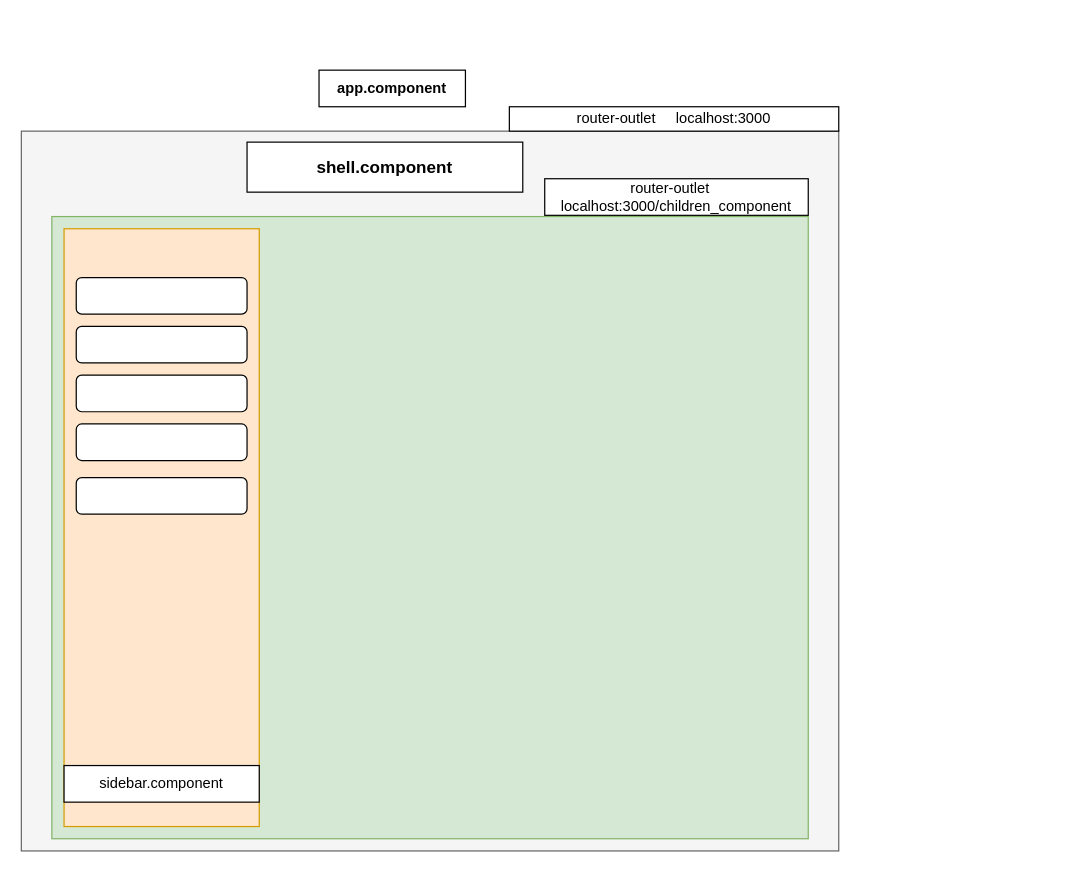
The draw.io diagram page "Page-3" (3 of 3) of yellowsign/yellow_sign.drawio in Binayak3666/My_Application_Drawing_Architect, before the edit. Source tidied: cells renumbered, new cells numbered last; positions are measured from the earlier drawing's top-left corner, leaving out a move shared by most shapes. Both pictures are drawn from the tidied source at 122%, with x=0, y=0 at pixel (21, 70).
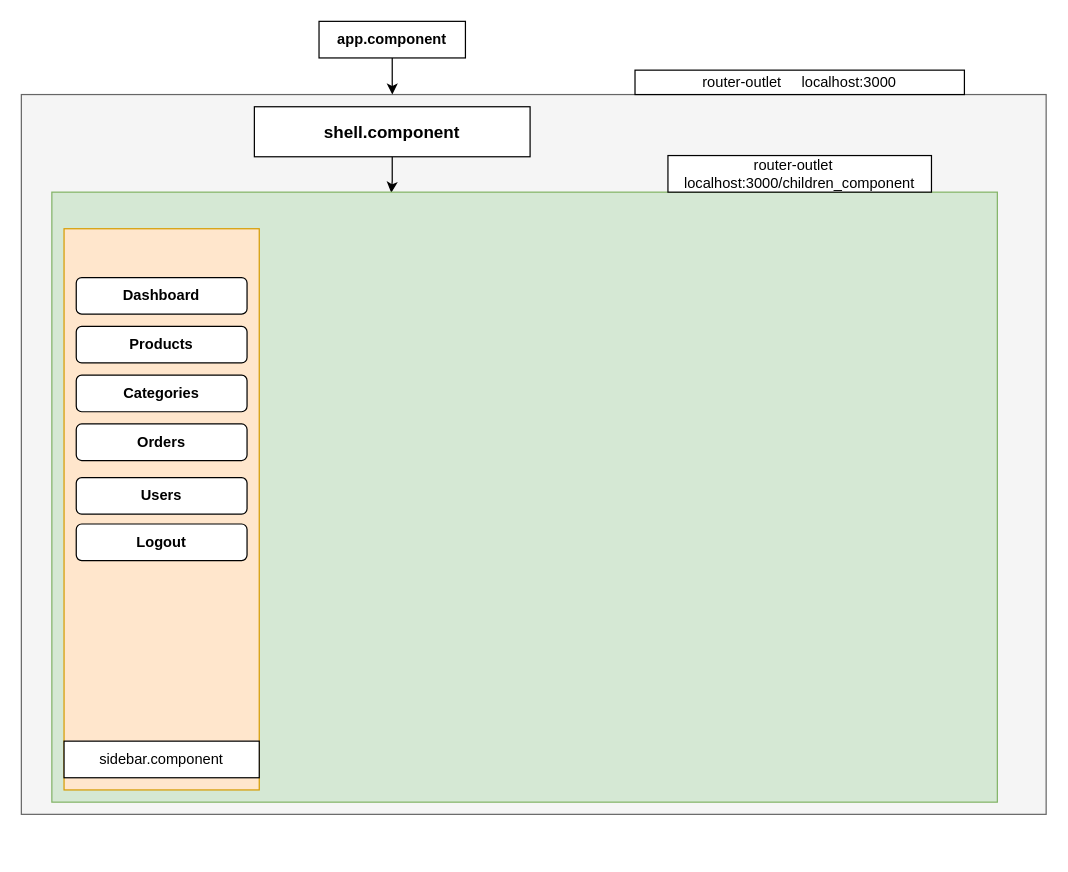
The same diagram, later.

Diff of the diagram source:
```diff
@@
 <mxGraphModel>
   <root>
     <mxCell id="0" />
     <mxCell id="1" parent="0" />
     <mxCell id="2" style="rounded=0;whiteSpace=wrap;html=1;fillColor=#f5f5f5;fontColor=#333333;strokeColor=#666666;" parent="1" vertex="1">
-      <mxGeometry y="50" width="670" height="590" as="geometry" />
+      <mxGeometry y="20" width="840" height="590" as="geometry" />
     </mxCell>
+    <mxCell id="15" style="edgeStyle=orthogonalEdgeStyle;rounded=0;jettySize=auto;html=1;entryX=0.362;entryY=0;entryDx=0;entryDy=0;entryPerimeter=0;fontSize=14;" parent="1" edge="1" source="3" target="2">
+      <mxGeometry relative="1" as="geometry" />
+    </mxCell>
     <mxCell id="3" value="&lt;b&gt;app.component&lt;/b&gt;" style="rounded=0;whiteSpace=wrap;html=1;" parent="1" vertex="1">
-      <mxGeometry x="244" width="120" height="30" as="geometry" />
+      <mxGeometry x="244" y="-40" width="120" height="30" as="geometry" />
     </mxCell>
+    <mxCell id="16" style="edgeStyle=orthogonalEdgeStyle;rounded=0;jettySize=auto;html=1;entryX=0.359;entryY=0.001;entryDx=0;entryDy=0;entryPerimeter=0;fontSize=14;" parent="1" edge="1" source="4" target="5">
+      <mxGeometry relative="1" as="geometry" />
+    </mxCell>
     <mxCell id="4" value="&lt;b&gt;&lt;font style=&quot;font-size: 14px;&quot;&gt;shell.component&lt;/font&gt;&lt;/b&gt;" style="rounded=0;whiteSpace=wrap;html=1;" parent="1" vertex="1">
-      <mxGeometry x="185" y="59" width="226" height="41" as="geometry" />
+      <mxGeometry x="191" y="30" width="226" height="41" as="geometry" />
     </mxCell>
     <mxCell id="5" style="rounded=0;whiteSpace=wrap;html=1;fillColor=#d5e8d4;strokeColor=#82b366;" parent="1" vertex="1">
-      <mxGeometry x="25" y="120" width="620" height="510" as="geometry" />
+      <mxGeometry x="25" y="100" width="775" height="500" as="geometry" />
     </mxCell>
     <mxCell id="6" style="rounded=0;whiteSpace=wrap;html=1;fillColor=#ffe6cc;strokeColor=#d79b00;" parent="1" vertex="1">
-      <mxGeometry x="35" y="130" width="160" height="490" as="geometry" />
+      <mxGeometry x="35" y="130" width="160" height="460" as="geometry" />
     </mxCell>
-    <mxCell id="7" style="rounded=1;whiteSpace=wrap;html=1;" parent="1" vertex="1">
+    <mxCell id="7" value="&lt;b&gt;Dashboard&lt;/b&gt;" style="rounded=1;whiteSpace=wrap;html=1;" parent="1" vertex="1">
       <mxGeometry x="45" y="170" width="140" height="30" as="geometry" />
     </mxCell>
-    <mxCell id="8" style="rounded=1;whiteSpace=wrap;html=1;" parent="1" vertex="1">
+    <mxCell id="8" value="&lt;b&gt;Products&lt;/b&gt;" style="rounded=1;whiteSpace=wrap;html=1;" parent="1" vertex="1">
       <mxGeometry x="45" y="210" width="140" height="30" as="geometry" />
     </mxCell>
-    <mxCell id="9" style="rounded=1;whiteSpace=wrap;html=1;" parent="1" vertex="1">
+    <mxCell id="9" value="&lt;b&gt;Categories&lt;/b&gt;" style="rounded=1;whiteSpace=wrap;html=1;" parent="1" vertex="1">
       <mxGeometry x="45" y="250" width="140" height="30" as="geometry" />
     </mxCell>
-    <mxCell id="10" style="rounded=1;whiteSpace=wrap;html=1;" parent="1" vertex="1">
+    <mxCell id="10" value="&lt;b&gt;Orders&lt;/b&gt;" style="rounded=1;whiteSpace=wrap;html=1;" parent="1" vertex="1">
       <mxGeometry x="45" y="290" width="140" height="30" as="geometry" />
     </mxCell>
-    <mxCell id="11" style="rounded=1;whiteSpace=wrap;html=1;" parent="1" vertex="1">
+    <mxCell id="11" value="&lt;b&gt;Users&lt;/b&gt;" style="rounded=1;whiteSpace=wrap;html=1;" parent="1" vertex="1">
       <mxGeometry x="45" y="334" width="140" height="30" as="geometry" />
     </mxCell>
     <mxCell id="12" value="sidebar.component" style="rounded=0;whiteSpace=wrap;html=1;" parent="1" vertex="1">
-      <mxGeometry x="35" y="570" width="160" height="30" as="geometry" />
+      <mxGeometry x="35" y="550" width="160" height="30" as="geometry" />
     </mxCell>
     <mxCell id="13" value="router-outlet&amp;nbsp; &amp;nbsp; &amp;nbsp;localhost:3000" style="rounded=0;whiteSpace=wrap;html=1;" parent="1" vertex="1">
-      <mxGeometry x="400" y="30" width="270" height="20" as="geometry" />
+      <mxGeometry x="503" width="270" height="20" as="geometry" />
     </mxCell>
     <mxCell id="14" value="router-outlet&amp;nbsp; &amp;nbsp; localhost:3000/children_component" style="rounded=0;whiteSpace=wrap;html=1;" parent="1" vertex="1">
-      <mxGeometry x="429" y="89" width="216" height="30" as="geometry" />
+      <mxGeometry x="530" y="70" width="216" height="30" as="geometry" />
     </mxCell>
+    <mxCell id="17" value="&lt;b&gt;Logout&lt;/b&gt;" style="rounded=1;whiteSpace=wrap;html=1;" parent="1" vertex="1">
+      <mxGeometry x="45" y="372" width="140" height="30" as="geometry" />
+    </mxCell>
   </root>
 </mxGraphModel>
```
